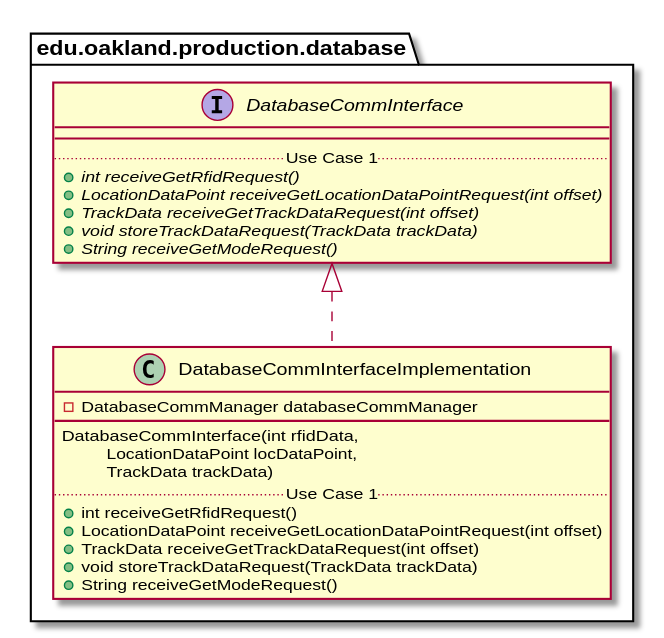
Above: docs/uml-class-diagrams/database/production/DatabaseCommInterfaceImplementation/DatabaseCommInterfaceImplementation_DirectDependencies.svg in elilley15/csi-3370-software-project (PlantUML), before the change.
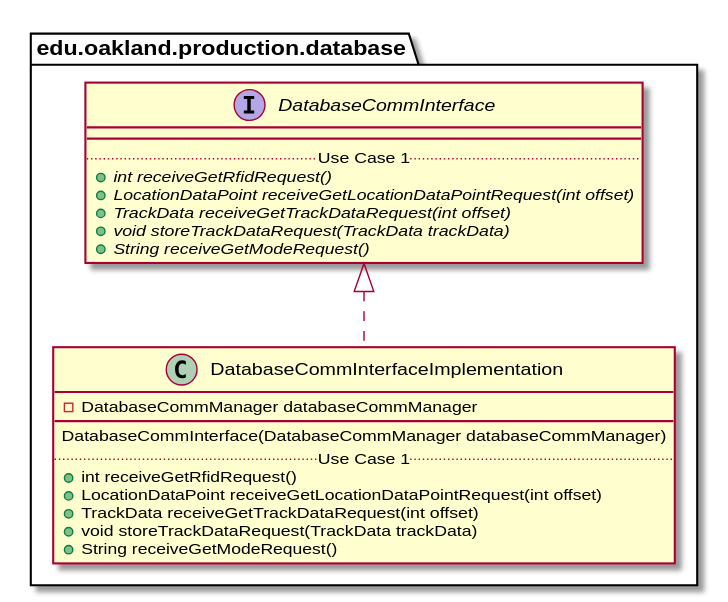
The same diagram one commit later.

What changed in the source:
```diff
@@ -5,9 +5,7 @@
     class DatabaseCommInterfaceImplementation {
         - DatabaseCommManager databaseCommManager
         __
-        DatabaseCommInterface(int rfidData,
-        \tLocationDataPoint locDataPoint,
-        \tTrackData trackData)
+        DatabaseCommInterface(DatabaseCommManager databaseCommManager)
         .. Use Case 1 ..
         + int receiveGetRfidRequest()
         + LocationDataPoint receiveGetLocationDataPointRequest(int offset)
```
